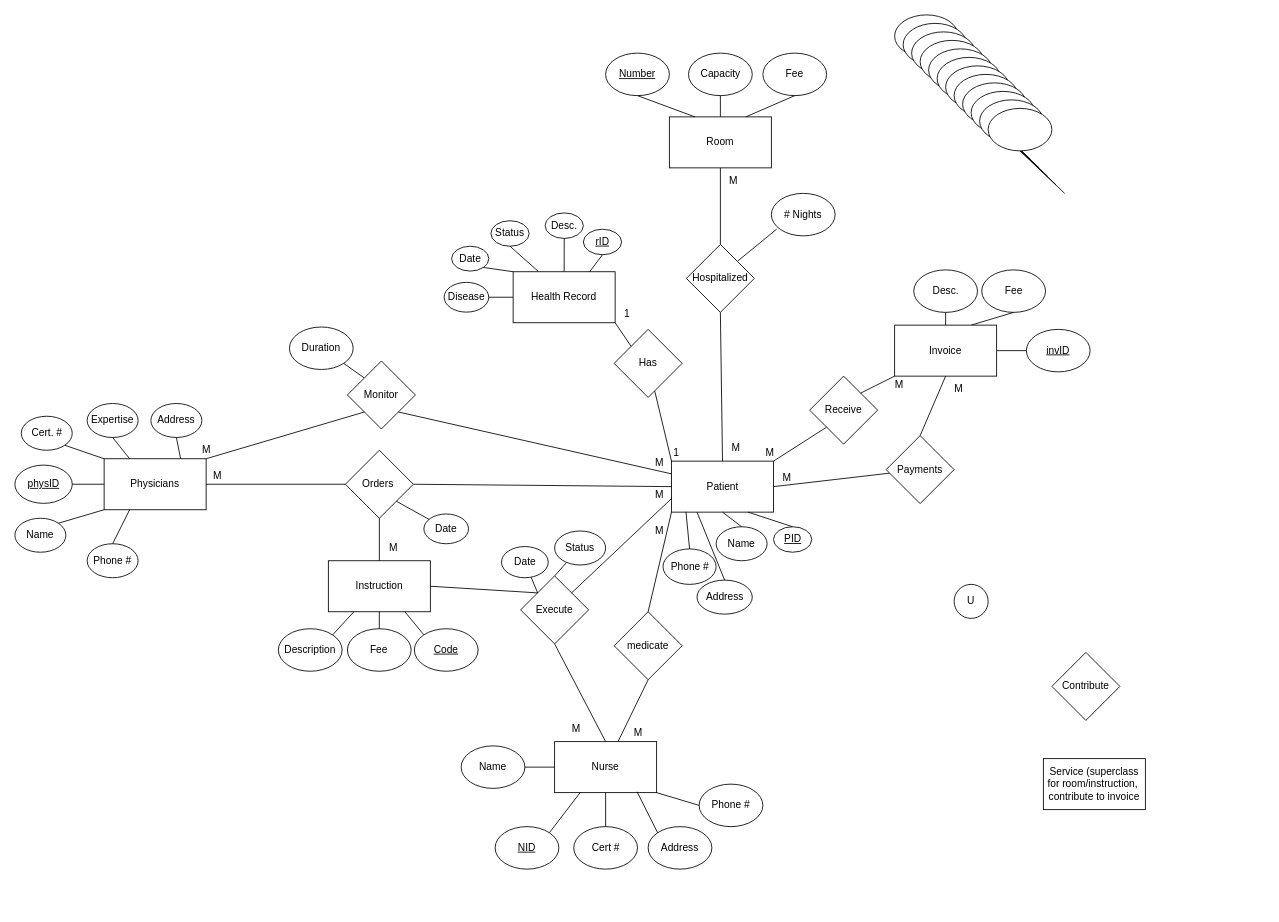
Earlier version of the draw.io diagram Diagrams/finalERD.drawio (RPetrov453/cs480FinalProject). Source tidied: cells renumbered, new cells numbered last; positions are measured from the earlier drawing's top-left corner, leaving out a move shared by most shapes. Both pictures are drawn from the tidied source at 85%, with x=0, y=0 at pixel (14, 14).
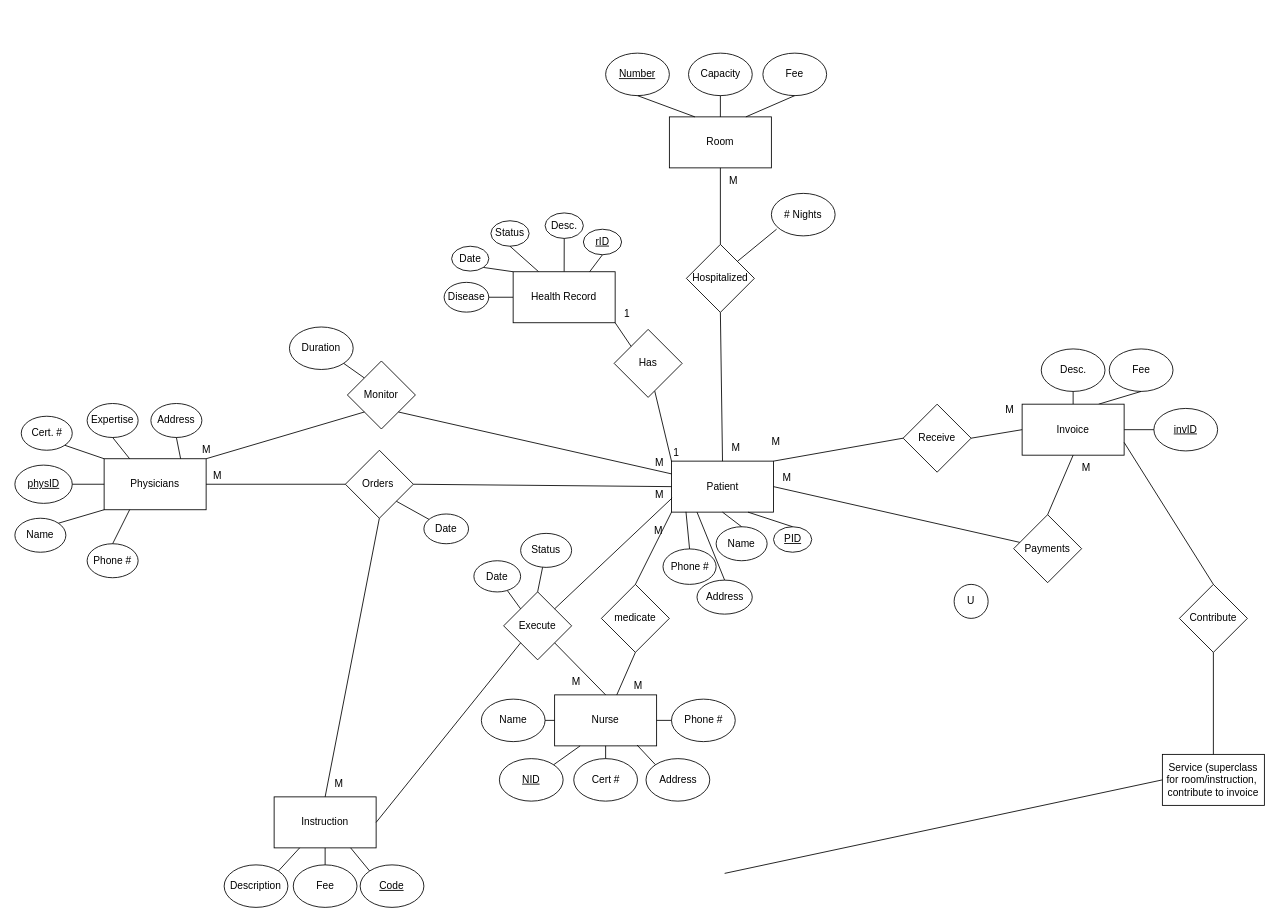
After the change.

Commit message:
Services need to be finished/expanded to instruction/room

Unchanged cells that the change refers to:
```xml
<mxCell id="5" value="Patient" style="rounded=0;whiteSpace=wrap;html=1;" parent="1" vertex="1">
  <mxGeometry x="772.5" y="525" width="120" height="60" as="geometry" />
</mxCell>
```

The edit, as a diff of the source:
```diff
@@
     <mxCell id="4" value="Instruction" style="rounded=0;whiteSpace=wrap;html=1;" parent="1" vertex="1">
-      <mxGeometry x="368.8" y="642.2" width="120" height="60" as="geometry" />
+      <mxGeometry x="305" y="920" width="120" height="60" as="geometry" />
     </mxCell>
@@
     <mxCell id="6" value="Nurse" style="rounded=0;whiteSpace=wrap;html=1;" parent="1" vertex="1">
-      <mxGeometry x="635" y="855" width="120" height="60" as="geometry" />
+      <mxGeometry x="635" y="800" width="120" height="60" as="geometry" />
     </mxCell>
@@
     <mxCell id="10" value="&lt;u&gt;Code&lt;/u&gt;" style="ellipse;whiteSpace=wrap;html=1;" parent="1" vertex="1">
-      <mxGeometry x="470" y="722.2" width="75" height="50" as="geometry" />
+      <mxGeometry x="406.2" y="1000" width="75" height="50" as="geometry" />
     </mxCell>
@@
     <mxCell id="13" value="Fee" style="ellipse;whiteSpace=wrap;html=1;" parent="1" vertex="1">
-      <mxGeometry x="391.2" y="722.2" width="75" height="50" as="geometry" />
+      <mxGeometry x="327.5" y="1000" width="75" height="50" as="geometry" />
     </mxCell>
@@
     <mxCell id="15" value="Description" style="ellipse;whiteSpace=wrap;html=1;" parent="1" vertex="1">
-      <mxGeometry x="310" y="722.2" width="75" height="50" as="geometry" />
+      <mxGeometry x="246.2" y="1000" width="75" height="50" as="geometry" />
     </mxCell>
@@
-    <mxCell id="31" style="ellipse;whiteSpace=wrap;html=1;" parent="1" vertex="1">
-      <mxGeometry x="1035" width="75" height="50" as="geometry" />
-    </mxCell>
-    <mxCell id="32" style="endArrow=none;html=1;rounded=0;entryX=0.5;entryY=1;entryDx=0;entryDy=0;" parent="1" edge="1" target="31">
-      <mxGeometry relative="1" as="geometry">
-        <mxPoint x="1125" y="100" as="sourcePoint" />
-      </mxGeometry>
-    </mxCell>
-    <mxCell id="33" style="ellipse;whiteSpace=wrap;html=1;" parent="1" vertex="1">
-      <mxGeometry x="1045" y="10" width="75" height="50" as="geometry" />
-    </mxCell>
-    <mxCell id="34" style="endArrow=none;html=1;rounded=0;entryX=0.5;entryY=1;entryDx=0;entryDy=0;" parent="1" edge="1" target="33">
-      <mxGeometry relative="1" as="geometry">
-        <mxPoint x="1135" y="110" as="sourcePoint" />
-      </mxGeometry>
-    </mxCell>
-    <mxCell id="35" style="ellipse;whiteSpace=wrap;html=1;" parent="1" vertex="1">
-      <mxGeometry x="1055" y="20" width="75" height="50" as="geometry" />
-    </mxCell>
-    <mxCell id="36" style="endArrow=none;html=1;rounded=0;entryX=0.5;entryY=1;entryDx=0;entryDy=0;" parent="1" edge="1" target="35">
-      <mxGeometry relative="1" as="geometry">
-        <mxPoint x="1145" y="120" as="sourcePoint" />
-      </mxGeometry>
-    </mxCell>
-    <mxCell id="37" style="ellipse;whiteSpace=wrap;html=1;" parent="1" vertex="1">
-      <mxGeometry x="1065" y="30" width="75" height="50" as="geometry" />
-    </mxCell>
-    <mxCell id="38" style="endArrow=none;html=1;rounded=0;entryX=0.5;entryY=1;entryDx=0;entryDy=0;" parent="1" edge="1" target="37">
-      <mxGeometry relative="1" as="geometry">
-        <mxPoint x="1155" y="130" as="sourcePoint" />
-      </mxGeometry>
-    </mxCell>
-    <mxCell id="39" style="ellipse;whiteSpace=wrap;html=1;" parent="1" vertex="1">
-      <mxGeometry x="1075" y="40" width="75" height="50" as="geometry" />
-    </mxCell>
-    <mxCell id="40" style="endArrow=none;html=1;rounded=0;entryX=0.5;entryY=1;entryDx=0;entryDy=0;" parent="1" edge="1" target="39">
-      <mxGeometry relative="1" as="geometry">
-        <mxPoint x="1165" y="140" as="sourcePoint" />
-      </mxGeometry>
-    </mxCell>
-    <mxCell id="41" style="ellipse;whiteSpace=wrap;html=1;" parent="1" vertex="1">
-      <mxGeometry x="1085" y="50" width="75" height="50" as="geometry" />
-    </mxCell>
-    <mxCell id="42" style="endArrow=none;html=1;rounded=0;entryX=0.5;entryY=1;entryDx=0;entryDy=0;" parent="1" edge="1" target="41">
-      <mxGeometry relative="1" as="geometry">
-        <mxPoint x="1175" y="150" as="sourcePoint" />
-      </mxGeometry>
-    </mxCell>
-    <mxCell id="43" style="ellipse;whiteSpace=wrap;html=1;" parent="1" vertex="1">
-      <mxGeometry x="1095" y="60" width="75" height="50" as="geometry" />
-    </mxCell>
-    <mxCell id="44" style="endArrow=none;html=1;rounded=0;entryX=0.5;entryY=1;entryDx=0;entryDy=0;" parent="1" edge="1" target="43">
-      <mxGeometry relative="1" as="geometry">
-        <mxPoint x="1185" y="160" as="sourcePoint" />
-      </mxGeometry>
-    </mxCell>
-    <mxCell id="45" style="ellipse;whiteSpace=wrap;html=1;" parent="1" vertex="1">
-      <mxGeometry x="1105" y="70" width="75" height="50" as="geometry" />
-    </mxCell>
-    <mxCell id="46" style="endArrow=none;html=1;rounded=0;entryX=0.5;entryY=1;entryDx=0;entryDy=0;" parent="1" edge="1" target="45">
-      <mxGeometry relative="1" as="geometry">
-        <mxPoint x="1195" y="170" as="sourcePoint" />
-      </mxGeometry>
-    </mxCell>
-    <mxCell id="47" style="ellipse;whiteSpace=wrap;html=1;" parent="1" vertex="1">
-      <mxGeometry x="1115" y="80" width="75" height="50" as="geometry" />
-    </mxCell>
-    <mxCell id="48" style="endArrow=none;html=1;rounded=0;entryX=0.5;entryY=1;entryDx=0;entryDy=0;" parent="1" edge="1" target="47">
-      <mxGeometry relative="1" as="geometry">
-        <mxPoint x="1205" y="180" as="sourcePoint" />
-      </mxGeometry>
-    </mxCell>
-    <mxCell id="49" style="ellipse;whiteSpace=wrap;html=1;" parent="1" vertex="1">
-      <mxGeometry x="1125" y="90" width="75" height="50" as="geometry" />
-    </mxCell>
-    <mxCell id="50" style="endArrow=none;html=1;rounded=0;entryX=0.5;entryY=1;entryDx=0;entryDy=0;" parent="1" edge="1" target="49">
-      <mxGeometry relative="1" as="geometry">
-        <mxPoint x="1215" y="190" as="sourcePoint" />
-      </mxGeometry>
-    </mxCell>
-    <mxCell id="51" style="ellipse;whiteSpace=wrap;html=1;" parent="1" vertex="1">
-      <mxGeometry x="1135" y="100" width="75" height="50" as="geometry" />
-    </mxCell>
-    <mxCell id="52" style="endArrow=none;html=1;rounded=0;entryX=0.5;entryY=1;entryDx=0;entryDy=0;" parent="1" edge="1" target="51">
-      <mxGeometry relative="1" as="geometry">
-        <mxPoint x="1225" y="200" as="sourcePoint" />
-      </mxGeometry>
-    </mxCell>
-    <mxCell id="53" style="ellipse;whiteSpace=wrap;html=1;" parent="1" vertex="1">
-      <mxGeometry x="1145" y="110" width="75" height="50" as="geometry" />
-    </mxCell>
-    <mxCell id="54" style="endArrow=none;html=1;rounded=0;entryX=0.5;entryY=1;entryDx=0;entryDy=0;" parent="1" edge="1" target="53">
-      <mxGeometry relative="1" as="geometry">
-        <mxPoint x="1235" y="210" as="sourcePoint" />
-      </mxGeometry>
-    </mxCell>
     <mxCell id="55" value="Desc." style="ellipse;whiteSpace=wrap;html=1;" parent="1" vertex="1">
-      <mxGeometry x="1057.5" y="300" width="75" height="50" as="geometry" />
+      <mxGeometry x="1207.5" y="393" width="75" height="50" as="geometry" />
     </mxCell>
@@
     <mxCell id="57" value="Fee" style="ellipse;whiteSpace=wrap;html=1;" parent="1" vertex="1">
-      <mxGeometry x="1137.5" y="300" width="75" height="50" as="geometry" />
+      <mxGeometry x="1287.5" y="393" width="75" height="50" as="geometry" />
     </mxCell>
@@
     <mxCell id="59" value="&lt;u&gt;invID&lt;/u&gt;" style="ellipse;whiteSpace=wrap;html=1;" parent="1" vertex="1">
-      <mxGeometry x="1190" y="370" width="75" height="50" as="geometry" />
+      <mxGeometry x="1340" y="463" width="75" height="50" as="geometry" />
     </mxCell>
@@
     <mxCell id="71" value="Phone #" style="ellipse;whiteSpace=wrap;html=1;" parent="1" vertex="1">
-      <mxGeometry x="805" y="905" width="75" height="50" as="geometry" />
+      <mxGeometry x="772.5" y="805" width="75" height="50" as="geometry" />
     </mxCell>
-    <mxCell id="72" style="endArrow=none;html=1;rounded=0;entryX=0;entryY=0.5;entryDx=0;entryDy=0;exitX=1;exitY=1;exitDx=0;exitDy=0;" parent="1" edge="1" source="6" target="71">
+    <mxCell id="72" style="endArrow=none;html=1;rounded=0;entryX=0;entryY=0.5;entryDx=0;entryDy=0;exitX=1;exitY=0.5;exitDx=0;exitDy=0;" parent="1" edge="1" source="6" target="71">
       <mxGeometry relative="1" as="geometry" />
     </mxCell>
@@
     <mxCell id="75" value="Name" style="ellipse;whiteSpace=wrap;html=1;" parent="1" vertex="1">
-      <mxGeometry x="525" y="860" width="75" height="50" as="geometry" />
+      <mxGeometry x="548.8" y="805" width="75" height="50" as="geometry" />
     </mxCell>
@@
     <mxCell id="77" value="&lt;u&gt;NID&lt;/u&gt;" style="ellipse;whiteSpace=wrap;html=1;" parent="1" vertex="1">
-      <mxGeometry x="565" y="955" width="75" height="50" as="geometry" />
+      <mxGeometry x="570" y="875" width="75" height="50" as="geometry" />
     </mxCell>
@@
     <mxCell id="79" value="Address" style="ellipse;whiteSpace=wrap;html=1;" parent="1" vertex="1">
-      <mxGeometry x="745" y="955" width="75" height="50" as="geometry" />
+      <mxGeometry x="742.5" y="875" width="75" height="50" as="geometry" />
     </mxCell>
@@
     <mxCell id="81" value="Cert #" style="ellipse;whiteSpace=wrap;html=1;" parent="1" vertex="1">
-      <mxGeometry x="657.5" y="955" width="75" height="50" as="geometry" />
+      <mxGeometry x="657.5" y="875" width="75" height="50" as="geometry" />
     </mxCell>
@@
     <mxCell id="101" value="Payments" style="rhombus;whiteSpace=wrap;html=1;" parent="1" vertex="1">
-      <mxGeometry x="1025" y="495" width="80" height="80" as="geometry" />
+      <mxGeometry x="1175" y="588" width="80" height="80" as="geometry" />
     </mxCell>
@@
     <mxCell id="103" value="Invoice" style="rounded=0;whiteSpace=wrap;html=1;" parent="1" vertex="1">
-      <mxGeometry x="1035" y="365" width="120" height="60" as="geometry" />
+      <mxGeometry x="1185" y="458" width="120" height="60" as="geometry" />
     </mxCell>
     <mxCell id="104" value="Receive" style="rhombus;whiteSpace=wrap;html=1;" parent="1" vertex="1">
-      <mxGeometry x="935" y="425" width="80" height="80" as="geometry" />
+      <mxGeometry x="1045" y="458" width="80" height="80" as="geometry" />
     </mxCell>
-    <mxCell id="105" style="endArrow=none;html=1;rounded=0;exitX=1;exitY=0;exitDx=0;exitDy=0;entryX=0;entryY=1;entryDx=0;entryDy=0;" parent="1" edge="1" source="5" target="104">
+    <mxCell id="105" style="endArrow=none;html=1;rounded=0;exitX=1;exitY=0;exitDx=0;exitDy=0;entryX=0;entryY=0.5;entryDx=0;entryDy=0;" parent="1" edge="1" source="5" target="104">
       <mxGeometry relative="1" as="geometry" />
     </mxCell>
-    <mxCell id="106" style="endArrow=none;html=1;rounded=0;entryX=0;entryY=1;entryDx=0;entryDy=0;exitX=1;exitY=0;exitDx=0;exitDy=0;" parent="1" edge="1" source="104" target="103">
+    <mxCell id="106" style="endArrow=none;html=1;rounded=0;entryX=0;entryY=0.5;entryDx=0;entryDy=0;exitX=1;exitY=0.5;exitDx=0;exitDy=0;" parent="1" edge="1" source="104" target="103">
       <mxGeometry relative="1" as="geometry" />
     </mxCell>
     <mxCell id="107" value="M" style="text;html=1;align=center;verticalAlign=middle;strokeColor=none;fillColor=none;" parent="1" vertex="1">
-      <mxGeometry x="872.5" y="500" width="30" height="30" as="geometry" />
+      <mxGeometry x="880" y="488" width="30" height="30" as="geometry" />
     </mxCell>
     <mxCell id="108" value="M" style="text;html=1;align=center;verticalAlign=middle;strokeColor=none;fillColor=none;" parent="1" vertex="1">
-      <mxGeometry x="1025" y="420" width="30" height="30" as="geometry" />
+      <mxGeometry x="1155" y="450" width="30" height="30" as="geometry" />
     </mxCell>
@@
     <mxCell id="113" value="M" style="text;html=1;align=center;verticalAlign=middle;strokeColor=none;fillColor=none;" parent="1" vertex="1">
-      <mxGeometry x="430" y="612.2" width="30" height="30" as="geometry" />
+      <mxGeometry x="366.2" y="890" width="30" height="30" as="geometry" />
     </mxCell>
@@
     <mxCell id="128" value="M" style="text;html=1;align=center;verticalAlign=middle;strokeColor=none;fillColor=none;" parent="1" vertex="1">
-      <mxGeometry x="1095" y="425" width="30" height="30" as="geometry" />
+      <mxGeometry x="1245" y="518" width="30" height="30" as="geometry" />
     </mxCell>
     <mxCell id="129" value="medicate" style="rhombus;whiteSpace=wrap;html=1;" parent="1" vertex="1">
-      <mxGeometry x="705" y="702.2" width="80" height="80" as="geometry" />
+      <mxGeometry x="690" y="670" width="80" height="80" as="geometry" />
     </mxCell>
@@
     <mxCell id="132" value="Service (superclass for room/instruction,&amp;nbsp; contribute to invoice" style="rounded=0;whiteSpace=wrap;html=1;" parent="1" vertex="1">
-      <mxGeometry x="1210" y="875" width="120" height="60" as="geometry" />
+      <mxGeometry x="1350" y="870" width="120" height="60" as="geometry" />
     </mxCell>
     <mxCell id="133" value="Contribute" style="rhombus;whiteSpace=wrap;html=1;" parent="1" vertex="1">
-      <mxGeometry x="1220" y="750" width="80" height="80" as="geometry" />
+      <mxGeometry x="1370" y="670" width="80" height="80" as="geometry" />
     </mxCell>
@@
     <mxCell id="135" value="Execute" style="rhombus;whiteSpace=wrap;html=1;" parent="1" vertex="1">
-      <mxGeometry x="595" y="660" width="80" height="80" as="geometry" />
+      <mxGeometry x="575" y="678.8" width="80" height="80" as="geometry" />
     </mxCell>
-    <mxCell id="136" style="endArrow=none;html=1;rounded=0;exitX=0.5;exitY=0;exitDx=0;exitDy=0;entryX=0.5;entryY=1;entryDx=0;entryDy=0;" parent="1" edge="1" source="6" target="135">
+    <mxCell id="136" style="endArrow=none;html=1;rounded=0;exitX=0.5;exitY=0;exitDx=0;exitDy=0;entryX=1;entryY=1;entryDx=0;entryDy=0;" parent="1" edge="1" source="6" target="135">
       <mxGeometry relative="1" as="geometry" />
     </mxCell>
-    <mxCell id="137" style="endArrow=none;html=1;rounded=0;entryX=1;entryY=0.5;entryDx=0;entryDy=0;exitX=0;exitY=0;exitDx=0;exitDy=0;" parent="1" edge="1" source="135" target="4">
+    <mxCell id="137" style="endArrow=none;html=1;rounded=0;entryX=1;entryY=0.5;entryDx=0;entryDy=0;exitX=0;exitY=1;exitDx=0;exitDy=0;" parent="1" edge="1" source="135" target="4">
       <mxGeometry relative="1" as="geometry" />
     </mxCell>
@@
     <mxCell id="140" value="Date" style="ellipse;whiteSpace=wrap;html=1;" parent="1" vertex="1">
-      <mxGeometry x="572.5" y="625.5" width="55" height="36.7" as="geometry" />
+      <mxGeometry x="540" y="642.2" width="55" height="36.7" as="geometry" />
     </mxCell>
     <mxCell id="141" value="M" style="text;html=1;align=center;verticalAlign=middle;strokeColor=none;fillColor=none;" parent="1" vertex="1">
-      <mxGeometry x="717.5" y="830" width="30" height="30" as="geometry" />
+      <mxGeometry x="717.5" y="775" width="30" height="30" as="geometry" />
     </mxCell>
     <mxCell id="142" value="M" style="text;html=1;align=center;verticalAlign=middle;strokeColor=none;fillColor=none;" parent="1" vertex="1">
-      <mxGeometry x="742.5" y="592.2" width="30" height="30" as="geometry" />
+      <mxGeometry x="741.5" y="592.2" width="30" height="30" as="geometry" />
     </mxCell>
     <mxCell id="143" value="M" style="text;html=1;align=center;verticalAlign=middle;strokeColor=none;fillColor=none;" parent="1" vertex="1">
-      <mxGeometry x="645" y="825" width="30" height="30" as="geometry" />
+      <mxGeometry x="645" y="770" width="30" height="30" as="geometry" />
     </mxCell>
@@
     <mxCell id="145" value="Status" style="ellipse;whiteSpace=wrap;html=1;" parent="1" vertex="1">
-      <mxGeometry x="635" y="607.2" width="60" height="40" as="geometry" />
+      <mxGeometry x="595" y="610" width="60" height="40" as="geometry" />
     </mxCell>
+    <mxCell id="146" style="endArrow=none;html=1;rounded=0;exitX=0.5;exitY=0;exitDx=0;exitDy=0;entryX=0.5;entryY=1;entryDx=0;entryDy=0;" parent="1" edge="1" source="132" target="133">
+      <mxGeometry relative="1" as="geometry" />
+    </mxCell>
+    <mxCell id="147" style="endArrow=none;html=1;rounded=0;entryX=1;entryY=0.75;entryDx=0;entryDy=0;exitX=0.5;exitY=0;exitDx=0;exitDy=0;" parent="1" edge="1" source="133" target="103">
+      <mxGeometry relative="1" as="geometry" />
+    </mxCell>
+    <mxCell id="148" style="endArrow=none;html=1;rounded=0;entryX=0;entryY=0.5;entryDx=0;entryDy=0;" parent="1" edge="1" target="132">
+      <mxGeometry relative="1" as="geometry">
+        <mxPoint x="835" y="1010" as="sourcePoint" />
+      </mxGeometry>
+    </mxCell>
```
